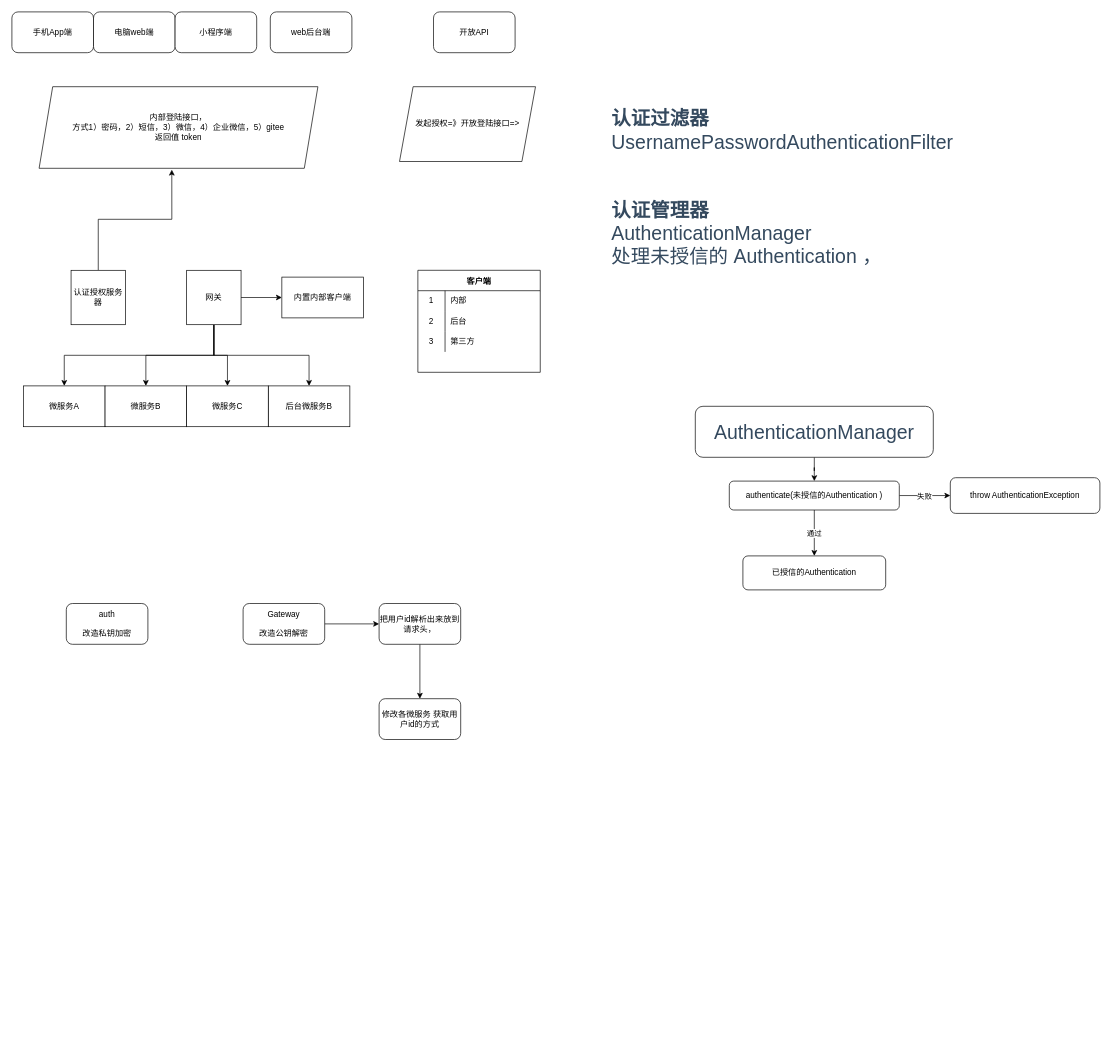
Earlier version of the draw.io diagram 未命名绘图.drawio (fjx5762/coding-note). Source tidied: cells renumbered, new cells numbered last; positions are measured from the earlier drawing's top-left corner, leaving out a move shared by most shapes. Both pictures are drawn from the tidied source at 68%, with x=0, y=0 at pixel (12, 12).
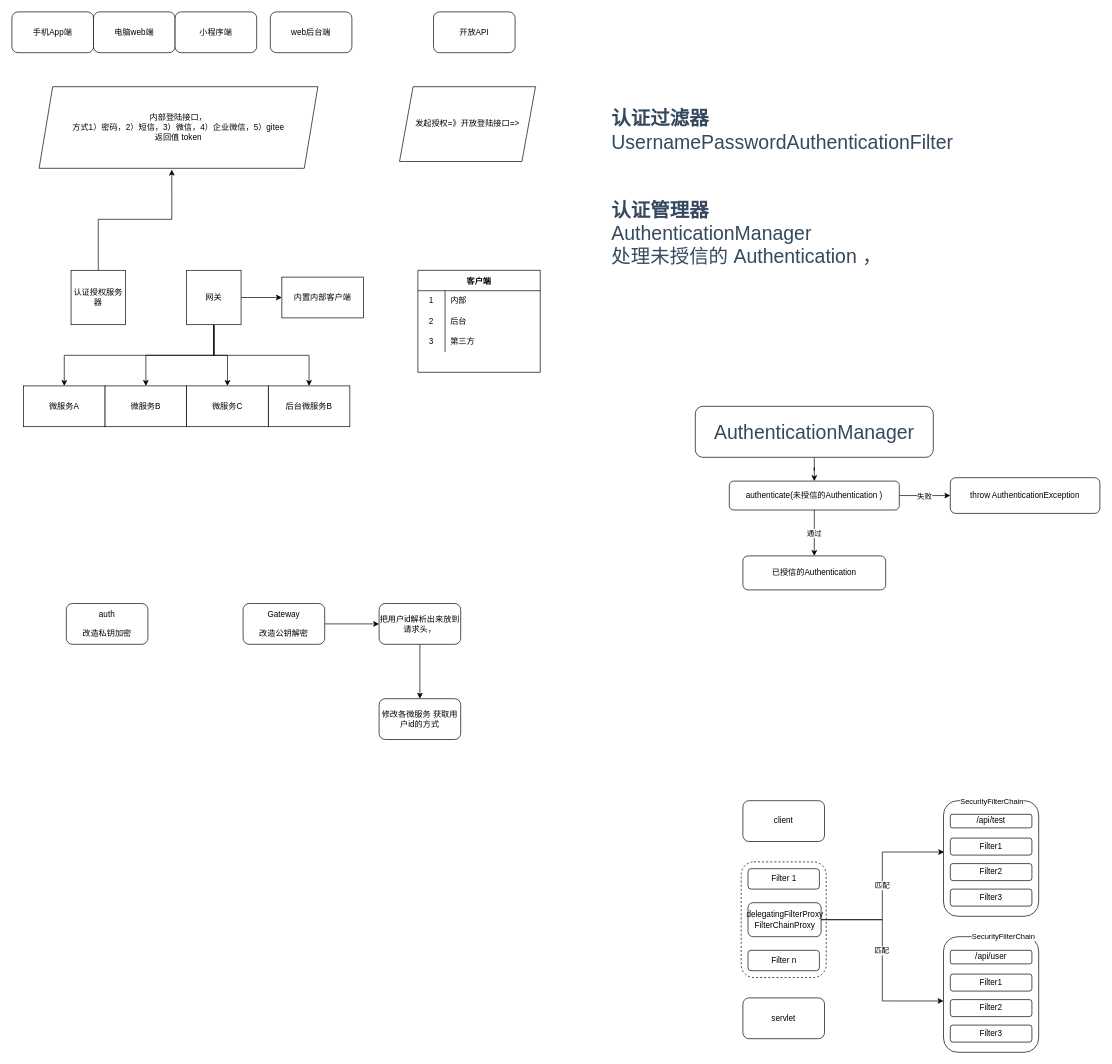
The same page after the edit.

Commit message:
更新未命名绘图.drawio

Change to the diagram source:
```diff
@@
+    <mxCell id="48" value="client" style="rounded=1;whiteSpace=wrap;html=1;" parent="1" vertex="1">
+      <mxGeometry x="1075" y="1160" width="120" height="60" as="geometry" />
+    </mxCell>
+    <mxCell id="49" value="servlet" style="whiteSpace=wrap;html=1;rounded=1;" parent="1" vertex="1">
+      <mxGeometry x="1075" y="1450" width="120" height="60" as="geometry" />
+    </mxCell>
+    <mxCell id="50" style="rounded=1;whiteSpace=wrap;html=1;dashed=1;" parent="1" vertex="1">
+      <mxGeometry x="1072.5" y="1250" width="125" height="170" as="geometry" />
+    </mxCell>
+    <mxCell id="51" value="Filter 1" style="rounded=1;whiteSpace=wrap;html=1;" parent="1" vertex="1">
+      <mxGeometry x="1082.5" y="1260" width="105" height="30" as="geometry" />
+    </mxCell>
+    <mxCell id="52" value="匹配" style="edgeStyle=orthogonalEdgeStyle;rounded=0;jettySize=auto;html=1;exitX=1;exitY=0.5;exitDx=0;exitDy=0;entryX=0.007;entryY=0.444;entryDx=0;entryDy=0;entryPerimeter=0;" parent="1" edge="1" source="55" target="57">
+      <mxGeometry relative="1" as="geometry" />
+    </mxCell>
+    <mxCell id="53" style="edgeStyle=orthogonalEdgeStyle;rounded=0;jettySize=auto;html=1;exitX=1;exitY=0.5;exitDx=0;exitDy=0;entryX=0;entryY=0.556;entryDx=0;entryDy=0;entryPerimeter=0;" parent="1" edge="1" source="55" target="62">
+      <mxGeometry relative="1" as="geometry" />
+    </mxCell>
+    <mxCell id="54" value="匹配" style="edgeLabel;html=1;align=center;verticalAlign=middle;" parent="53" vertex="1">
+      <mxGeometry x="-0.1" y="-2" relative="1" as="geometry" />
+    </mxCell>
+    <mxCell id="55" value="delegatingFilterProxy&lt;br&gt;FilterChainProxy" style="rounded=1;whiteSpace=wrap;html=1;" parent="1" vertex="1">
+      <mxGeometry x="1082.5" y="1310" width="107.5" height="50" as="geometry" />
+    </mxCell>
+    <mxCell id="56" value="Filter n" style="rounded=1;whiteSpace=wrap;html=1;" parent="1" vertex="1">
+      <mxGeometry x="1082.5" y="1380" width="105" height="30" as="geometry" />
+    </mxCell>
+    <mxCell id="57" style="rounded=1;whiteSpace=wrap;html=1;" parent="1" vertex="1">
+      <mxGeometry x="1370" y="1160" width="140" height="170" as="geometry" />
+    </mxCell>
+    <mxCell id="58" value="/api/test" style="rounded=1;whiteSpace=wrap;html=1;" parent="1" vertex="1">
+      <mxGeometry x="1380" y="1180" width="120" height="20" as="geometry" />
+    </mxCell>
+    <mxCell id="59" value="Filter1" style="rounded=1;whiteSpace=wrap;html=1;" parent="1" vertex="1">
+      <mxGeometry x="1380" y="1215" width="120" height="25" as="geometry" />
+    </mxCell>
+    <mxCell id="60" value="Filter2" style="rounded=1;whiteSpace=wrap;html=1;" parent="1" vertex="1">
+      <mxGeometry x="1380" y="1252.5" width="120" height="25" as="geometry" />
+    </mxCell>
+    <mxCell id="61" value="Filter3" style="rounded=1;whiteSpace=wrap;html=1;" parent="1" vertex="1">
+      <mxGeometry x="1380" y="1290" width="120" height="25" as="geometry" />
+    </mxCell>
+    <mxCell id="62" style="rounded=1;whiteSpace=wrap;html=1;" parent="1" vertex="1">
+      <mxGeometry x="1370" y="1360" width="140" height="170" as="geometry" />
+    </mxCell>
+    <mxCell id="63" value="/api/user" style="rounded=1;whiteSpace=wrap;html=1;" parent="1" vertex="1">
+      <mxGeometry x="1380" y="1380" width="120" height="20" as="geometry" />
+    </mxCell>
+    <mxCell id="64" value="Filter1" style="rounded=1;whiteSpace=wrap;html=1;" parent="1" vertex="1">
+      <mxGeometry x="1380" y="1415" width="120" height="25" as="geometry" />
+    </mxCell>
+    <mxCell id="65" value="Filter2" style="rounded=1;whiteSpace=wrap;html=1;" parent="1" vertex="1">
+      <mxGeometry x="1380" y="1452.5" width="120" height="25" as="geometry" />
+    </mxCell>
+    <mxCell id="66" value="Filter3" style="rounded=1;whiteSpace=wrap;html=1;" parent="1" vertex="1">
+      <mxGeometry x="1380" y="1490" width="120" height="25" as="geometry" />
+    </mxCell>
+    <mxCell id="67" style="edgeStyle=orthogonalEdgeStyle;rounded=0;orthogonalLoop=1;jettySize=auto;html=1;exitX=0.5;exitY=0;exitDx=0;exitDy=0;entryX=0.75;entryY=0;entryDx=0;entryDy=0;" parent="1" edge="1" source="57" target="57">
+      <mxGeometry relative="1" as="geometry" />
+    </mxCell>
+    <mxCell id="68" value="SecurityFilterChain" style="edgeLabel;html=1;align=center;verticalAlign=middle;" parent="67" vertex="1">
+      <mxGeometry x="-0.54" y="-2" relative="1" as="geometry">
+        <mxPoint x="-8" y="-2" as="offset" />
+      </mxGeometry>
+    </mxCell>
+    <mxCell id="69" value="&lt;span style=&quot;font-size: 11px;&quot;&gt;SecurityFilterChain&lt;/span&gt;" style="edgeStyle=orthogonalEdgeStyle;rounded=0;orthogonalLoop=1;jettySize=auto;html=1;exitX=0.5;exitY=0;exitDx=0;exitDy=0;entryX=0.75;entryY=0;entryDx=0;entryDy=0;" parent="1" edge="1" source="62" target="62">
+      <mxGeometry relative="1" as="geometry" />
+    </mxCell>
```
